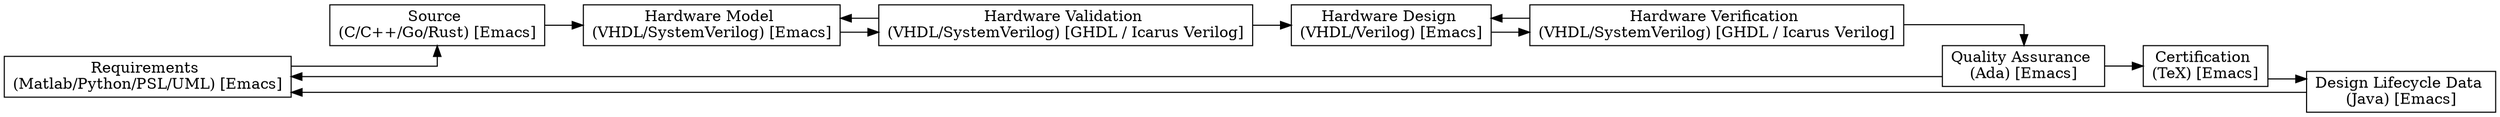
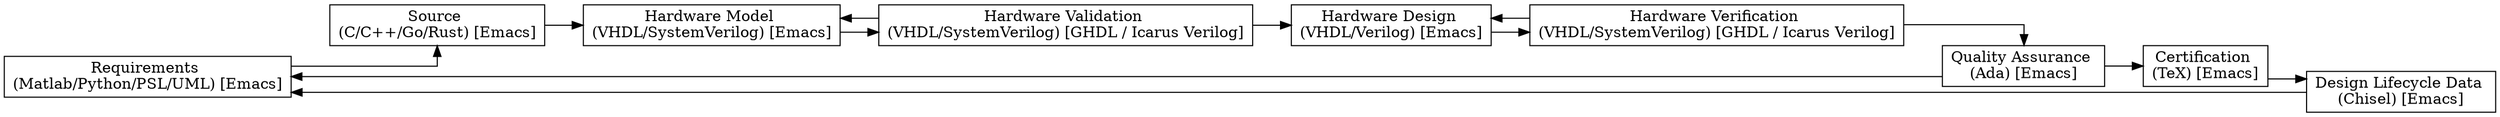
digraph Project {
  // Introduction
  graph [rankdir = LR, splines=ortho];
  node[shape=record];

  // Blocks
  Requirements[label="Requirements \n(Matlab/Python/PSL/UML) [Emacs]"];
  Source[label="Source \n(C/C++/Go/Rust) [Emacs]"];
  Model[label="Hardware Model \n(VHDL/SystemVerilog) [Emacs]"];
  Validation[label="Hardware Validation \n(VHDL/SystemVerilog) [GHDL / Icarus Verilog]"];
  Design[label="Hardware Design \n(VHDL/Verilog) [Emacs]"];
  Verification[label="Hardware Verification \n(VHDL/SystemVerilog) [GHDL / Icarus Verilog]"];
  Quality[label="Quality Assurance \n(Ada) [Emacs]"];
  Certification[label="Certification \n(TeX) [Emacs]"];
-   Lifecycle[label="Design Lifecycle Data \n(Java) [Emacs]"];
+   Lifecycle[label="Design Lifecycle Data \n(Chisel) [Emacs]"];

  // Sequence
  Requirements -> Source;
  Source -> Model;
  Model -> Validation;
  Validation -> Design;
  Design -> Verification;
  Verification -> Quality;
  Quality -> Certification;
  Certification -> Lifecycle;
  Lifecycle -> Requirements;

  // Feedback
  Validation -> Model;
  Verification -> Design;
  Quality -> Requirements;
}
